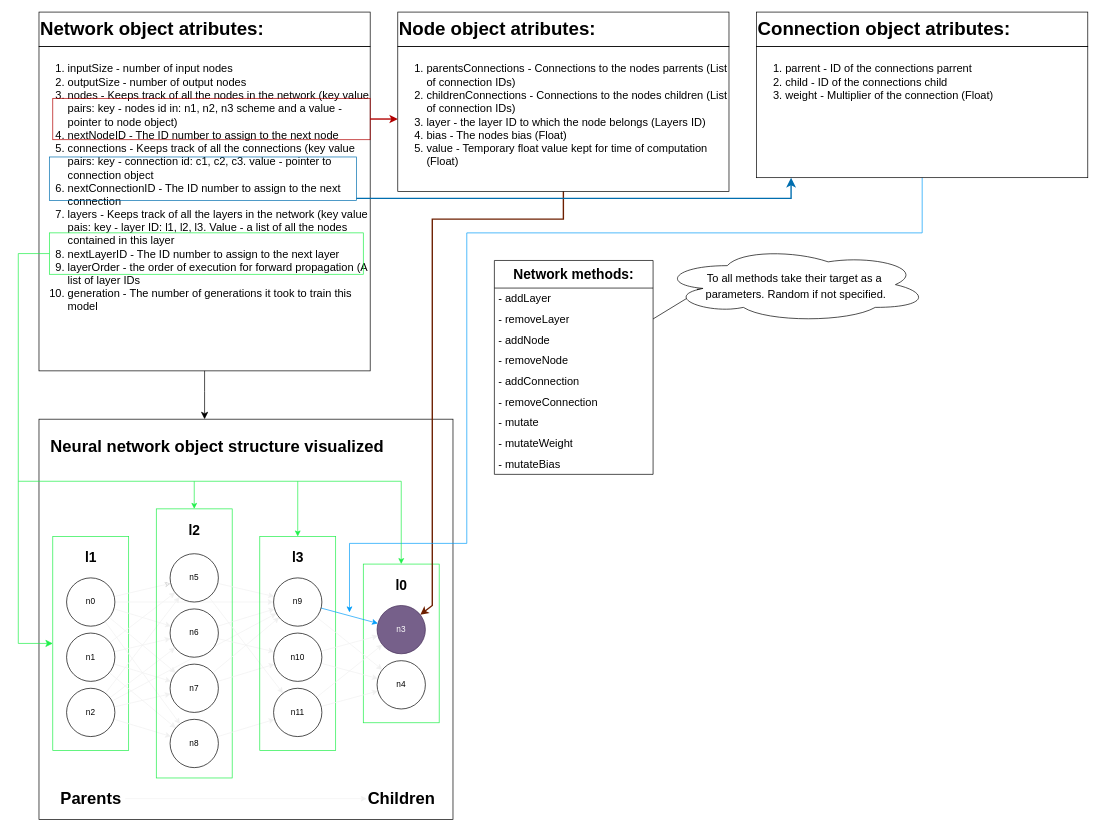
ErmitaVulpe/ai-plays-snake keeps this draw.io diagram as page "Seccond plan (attempt 4)" (2 of 2) of disign.drawio. Above is the earlier version. Source tidied: cells renumbered, new cells numbered last; positions are measured from the earlier drawing's top-left corner, leaving out a move shared by most shapes. Both pictures are drawn from the tidied source at 69%, with x=0, y=0 at pixel (18, 12).
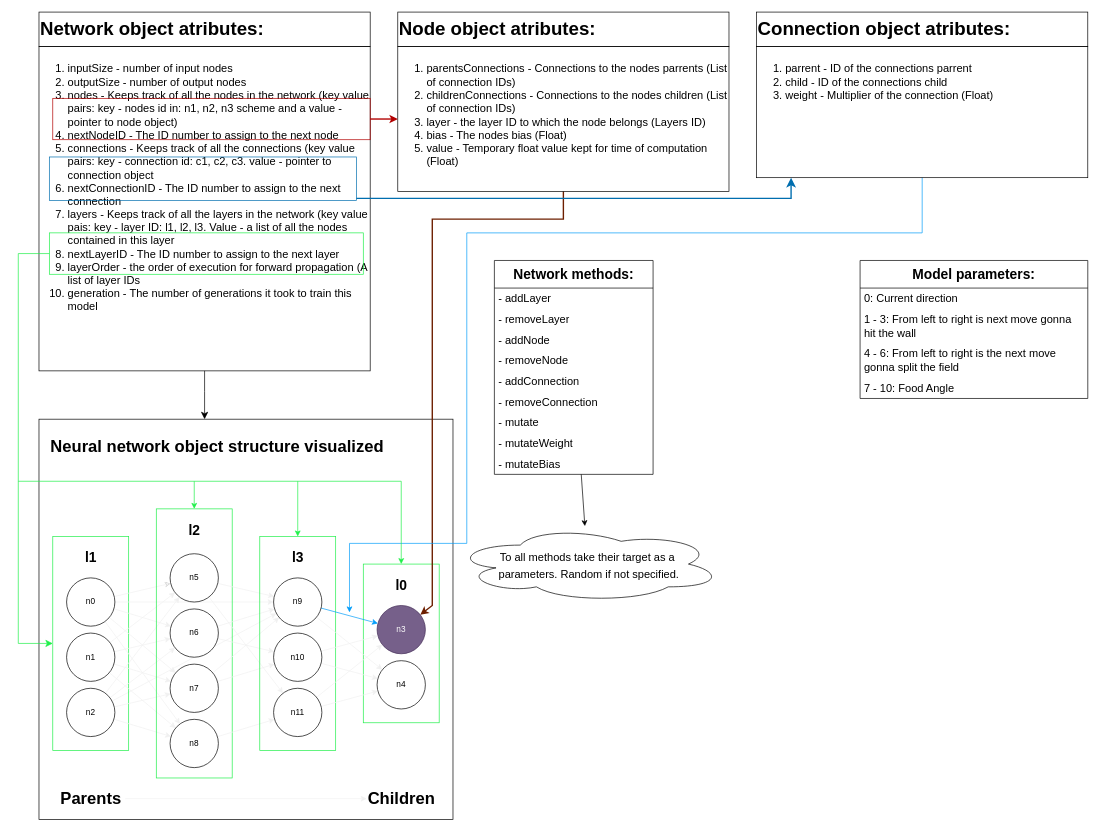
Above is the later version.

Unchanged cells that the change refers to:
```xml
<mxCell id="74" value="&lt;span style=&quot;font-size: 20px; font-weight: 700;&quot;&gt;Network methods:&lt;/span&gt;" style="swimlane;fontStyle=0;horizontal=1;startSize=40;whiteSpace=wrap;html=1;align=center;fontSize=20;" parent="1" vertex="1">
  <mxGeometry x="690" y="360" width="230" height="310" as="geometry" />
</mxCell>
```

Change to the diagram source:
```diff
@@
-    <mxCell id="73" style="edgeStyle=none;html=1;fontSize=20;entryX=0.16;entryY=0.55;entryDx=0;entryDy=0;entryPerimeter=0;" parent="1" edge="1" source="74" target="84">
+    <mxCell id="73" style="edgeStyle=none;html=1;fontSize=20;" parent="1" edge="1" source="74" target="84">
       <mxGeometry relative="1" as="geometry" />
     </mxCell>
@@
     <mxCell id="84" value="&lt;font style=&quot;font-size: 16px;&quot;&gt;To all methods take their target as a&lt;br&gt;&amp;nbsp;parameters. Random if not specified.&lt;/font&gt;" style="ellipse;shape=cloud;whiteSpace=wrap;html=1;fontSize=20;" parent="1" vertex="1">
-      <mxGeometry x="930" y="340" width="390" height="110" as="geometry" />
+      <mxGeometry x="630" y="745" width="390" height="110" as="geometry" />
     </mxCell>
+    <mxCell id="85" value="&lt;span style=&quot;font-size: 20px;&quot;&gt;&lt;b&gt;Model parameters:&lt;/b&gt;&lt;/span&gt;" style="swimlane;fontStyle=0;horizontal=1;startSize=40;whiteSpace=wrap;html=1;" parent="1" vertex="1">
+      <mxGeometry x="1220" y="360" width="330" height="200" as="geometry" />
+    </mxCell>
+    <mxCell id="86" value="0: Current direction" style="text;strokeColor=none;fillColor=none;align=left;verticalAlign=middle;spacingLeft=4;spacingRight=4;overflow=hidden;whiteSpace=wrap;html=1;fontSize=16;" parent="85" vertex="1">
+      <mxGeometry y="40" width="330" height="30" as="geometry" />
+    </mxCell>
+    <mxCell id="87" value="1 - 3: From left to right is next move gonna hit the wall" style="text;strokeColor=none;fillColor=none;align=left;verticalAlign=middle;spacingLeft=4;spacingRight=4;overflow=hidden;whiteSpace=wrap;html=1;fontSize=16;" parent="85" vertex="1">
+      <mxGeometry y="70" width="330" height="50" as="geometry" />
+    </mxCell>
+    <mxCell id="88" value="4 - 6: From left to right is the next move gonna split the field" style="text;strokeColor=none;fillColor=none;align=left;verticalAlign=middle;spacingLeft=4;spacingRight=4;overflow=hidden;whiteSpace=wrap;html=1;fontSize=16;" parent="85" vertex="1">
+      <mxGeometry y="120" width="330" height="50" as="geometry" />
+    </mxCell>
+    <mxCell id="89" value="7 - 10: Food Angle" style="text;strokeColor=none;fillColor=none;align=left;verticalAlign=middle;spacingLeft=4;spacingRight=4;overflow=hidden;whiteSpace=wrap;html=1;fontSize=16;" parent="85" vertex="1">
+      <mxGeometry y="170" width="330" height="30" as="geometry" />
+    </mxCell>
```
